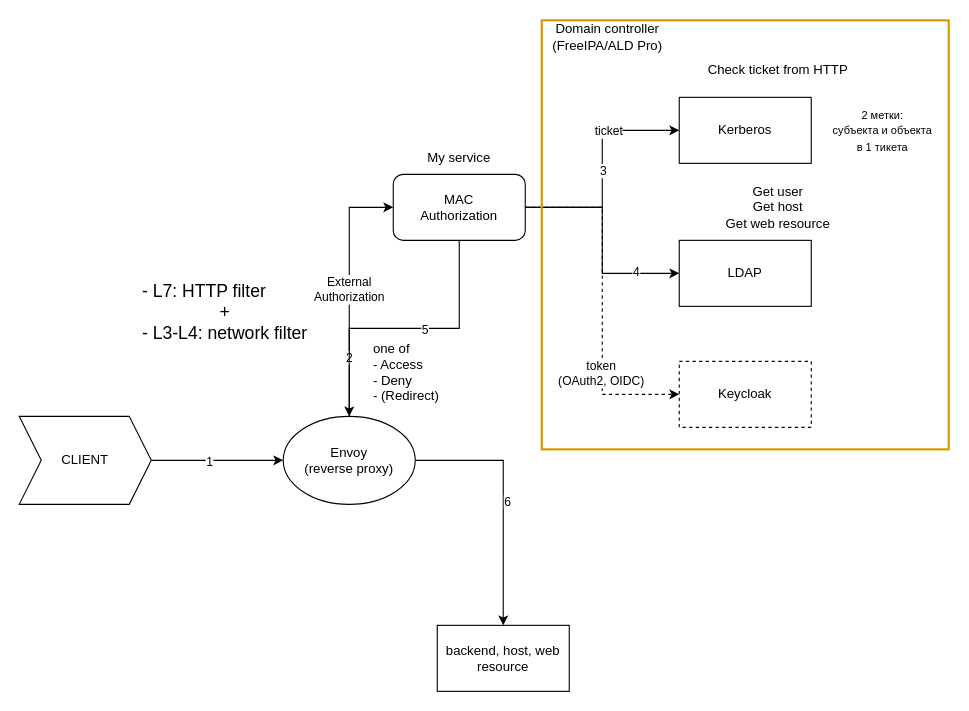
Above: docs/mac-reverse-proxy.drawio in Conty111/reverse-proxy-mac (draw.io), before the change. Source tidied: cells renumbered, new cells numbered last; positions are measured from the earlier drawing's top-left corner, leaving out a move shared by most shapes. Both pictures are drawn from the tidied source at 110%, with x=0, y=0 at pixel (19, 20).
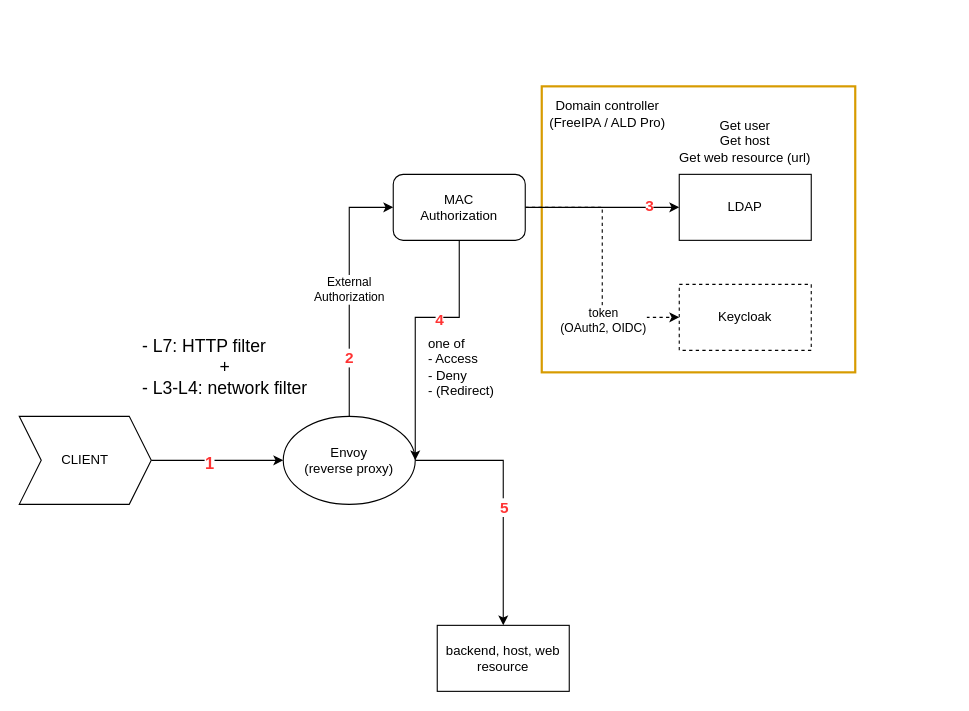
The same diagram, later.

Commit message (it also covers changes not shown here):
Docs update: sequence diagram

The change refers to these unchanged cells:
```xml
<mxCell id="2" style="edgeStyle=orthogonalEdgeStyle;rounded=0;jettySize=auto;html=1;exitX=1;exitY=0.5;exitDx=0;exitDy=0;entryX=0;entryY=0.5;entryDx=0;entryDy=0;" parent="1" edge="1" source="4" target="9">
  <mxGeometry relative="1" as="geometry" />
</mxCell>
<mxCell id="5" value="External&lt;div&gt;Authorization&lt;/div&gt;" style="edgeStyle=orthogonalEdgeStyle;rounded=0;jettySize=auto;html=1;exitX=0.5;exitY=0;exitDx=0;exitDy=0;entryX=0;entryY=0.5;entryDx=0;entryDy=0;" parent="1" edge="1" source="9" target="19">
  <mxGeometry relative="1" as="geometry" />
</mxCell>
<mxCell id="7" style="edgeStyle=orthogonalEdgeStyle;rounded=0;jettySize=auto;html=1;exitX=1;exitY=0.5;exitDx=0;exitDy=0;entryX=0.5;entryY=0;entryDx=0;entryDy=0;" parent="1" edge="1" source="9" target="28">
  <mxGeometry relative="1" as="geometry" />
</mxCell>
<mxCell id="9" value="Envoy&lt;div&gt;(reverse proxy)&lt;/div&gt;" style="ellipse;whiteSpace=wrap;html=1;" parent="1" vertex="1">
  <mxGeometry x="240" y="360" width="120" height="80" as="geometry" />
</mxCell>
<mxCell id="13" style="edgeStyle=orthogonalEdgeStyle;rounded=0;jettySize=auto;html=1;exitX=1;exitY=0.5;exitDx=0;exitDy=0;entryX=0;entryY=0.5;entryDx=0;entryDy=0;" parent="1" edge="1" source="19" target="21">
  <mxGeometry relative="1" as="geometry" />
</mxCell>
<mxCell id="19" value="MAC&lt;div&gt;Authorization&lt;/div&gt;" style="rounded=1;whiteSpace=wrap;html=1;" parent="1" vertex="1">
  <mxGeometry x="340" y="140" width="120" height="60" as="geometry" />
</mxCell>
```

Change to the diagram source:
```diff
@@
+    <mxCell id="29" style="rounded=0;whiteSpace=wrap;html=1;strokeColor=#d79b00;fillColor=none;strokeWidth=2;" parent="1" vertex="1">
+      <mxGeometry x="475" y="60" width="285" height="260" as="geometry" />
+    </mxCell>
@@
-    <mxCell id="3" value="1" style="edgeLabel;html=1;align=center;verticalAlign=middle;" parent="2" vertex="1">
+    <mxCell id="3" value="&lt;font style=&quot;color: rgb(255, 51, 51); font-size: 15px;&quot;&gt;&lt;b style=&quot;&quot;&gt;1&lt;/b&gt;&lt;/font&gt;" style="edgeLabel;html=1;align=center;verticalAlign=middle;" parent="2" vertex="1">
       <mxGeometry x="-0.13" relative="1" as="geometry">
         <mxPoint y="1" as="offset" />
       </mxGeometry>
     </mxCell>
@@
-    <mxCell id="6" value="2" style="edgeLabel;html=1;align=center;verticalAlign=middle;" parent="5" vertex="1">
+    <mxCell id="6" value="2" style="edgeLabel;html=1;align=center;verticalAlign=middle;fontSize=14;fontColor=#FF3333;fontStyle=1;" parent="5" vertex="1">
       <mxGeometry x="-0.53" y="1" relative="1" as="geometry" />
     </mxCell>
@@
-    <mxCell id="8" value="6" style="edgeLabel;html=1;align=center;verticalAlign=middle;" parent="7" vertex="1">
-      <mxGeometry x="0.02" y="3" relative="1" as="geometry" />
-    </mxCell>
+    <mxCell id="32" value="&lt;font style=&quot;color: rgb(255, 51, 51);&quot;&gt;&lt;b&gt;5&lt;/b&gt;&lt;/font&gt;" style="edgeLabel;html=1;align=center;verticalAlign=middle;fontFamily=Helvetica;fontSize=14;fontColor=default;fillColor=none;gradientColor=none;" parent="7" vertex="1">
+      <mxGeometry x="0.06" relative="1" as="geometry" />
+    </mxCell>
@@
-    <mxCell id="10" style="edgeStyle=orthogonalEdgeStyle;rounded=0;jettySize=auto;html=1;exitX=1;exitY=0.5;exitDx=0;exitDy=0;entryX=0;entryY=0.5;entryDx=0;entryDy=0;" parent="1" edge="1" source="19" target="20">
-      <mxGeometry relative="1" as="geometry" />
-    </mxCell>
-    <mxCell id="11" value="3" style="edgeLabel;html=1;align=center;verticalAlign=middle;" parent="10" vertex="1">
-      <mxGeometry x="-0.01" relative="1" as="geometry" />
-    </mxCell>
-    <mxCell id="12" value="ticket" style="edgeLabel;html=1;align=center;verticalAlign=middle;" parent="10" vertex="1">
-      <mxGeometry x="0.38" relative="1" as="geometry" />
-    </mxCell>
@@
-    <mxCell id="14" value="4" style="edgeLabel;html=1;align=center;verticalAlign=middle;" parent="13" vertex="1">
+    <mxCell id="14" value="&lt;font style=&quot;color: rgb(255, 51, 51);&quot;&gt;&lt;span&gt;3&lt;/span&gt;&lt;/font&gt;" style="edgeLabel;html=1;align=center;verticalAlign=middle;fontSize=14;fontStyle=1;" parent="13" vertex="1">
       <mxGeometry x="0.6" y="2" relative="1" as="geometry" />
     </mxCell>
@@
-    <mxCell id="17" style="edgeStyle=orthogonalEdgeStyle;rounded=0;jettySize=auto;html=1;exitX=0.5;exitY=1;exitDx=0;exitDy=0;entryX=0.5;entryY=0;entryDx=0;entryDy=0;" parent="1" edge="1" source="19" target="9">
-      <mxGeometry relative="1" as="geometry" />
+    <mxCell id="17" style="edgeStyle=orthogonalEdgeStyle;rounded=0;jettySize=auto;html=1;exitX=0.5;exitY=1;exitDx=0;exitDy=0;entryX=1;entryY=0.5;entryDx=0;entryDy=0;" parent="1" edge="1" source="19" target="9">
+      <mxGeometry relative="1" as="geometry">
+        <Array as="points">
+          <mxPoint x="400" y="270" />
+          <mxPoint x="360" y="270" />
+        </Array>
+      </mxGeometry>
     </mxCell>
-    <mxCell id="18" value="5" style="edgeLabel;html=1;align=center;verticalAlign=middle;" parent="17" vertex="1">
-      <mxGeometry x="-0.14" y="1" relative="1" as="geometry" />
+    <mxCell id="18" value="4" style="edgeLabel;html=1;align=center;verticalAlign=middle;fontColor=#FF3333;fontSize=14;fontStyle=1;" parent="17" vertex="1">
+      <mxGeometry x="-0.14" y="1" relative="1" as="geometry">
+        <mxPoint x="14" as="offset" />
+      </mxGeometry>
     </mxCell>
@@
-    <mxCell id="20" value="Kerberos" style="rounded=0;whiteSpace=wrap;html=1;" parent="1" vertex="1">
-      <mxGeometry x="600" y="70" width="120" height="60" as="geometry" />
-    </mxCell>
     <mxCell id="21" value="LDAP" style="rounded=0;whiteSpace=wrap;html=1;" parent="1" vertex="1">
-      <mxGeometry x="600" y="200" width="120" height="60" as="geometry" />
+      <mxGeometry x="600" y="140" width="120" height="60" as="geometry" />
     </mxCell>
     <mxCell id="22" value="Keycloak" style="rounded=0;whiteSpace=wrap;html=1;dashed=1;" parent="1" vertex="1">
-      <mxGeometry x="600" y="310" width="120" height="60" as="geometry" />
+      <mxGeometry x="600" y="240" width="120" height="60" as="geometry" />
     </mxCell>
-    <mxCell id="23" value="My service" style="text;html=1;whiteSpace=wrap;strokeColor=none;fillColor=none;align=center;verticalAlign=middle;rounded=0;" parent="1" vertex="1">
-      <mxGeometry x="360" y="110" width="80" height="30" as="geometry" />
-    </mxCell>
     <mxCell id="24" value="&lt;div&gt;&lt;span style=&quot;font-size: 16px; background-color: transparent; color: light-dark(rgb(0, 0, 0), rgb(255, 255, 255));&quot;&gt;- L7: HTTP filter&lt;br&gt;&lt;div style=&quot;text-align: center;&quot;&gt;&lt;span style=&quot;background-color: transparent; color: light-dark(rgb(0, 0, 0), rgb(255, 255, 255));&quot;&gt;+&lt;/span&gt;&lt;/div&gt;&lt;/span&gt;&lt;/div&gt;&lt;div&gt;&lt;font style=&quot;font-size: 16px;&quot;&gt;- L3-L4: network filter&lt;/font&gt;&lt;/div&gt;" style="text;html=1;whiteSpace=wrap;strokeColor=none;fillColor=none;align=left;verticalAlign=middle;rounded=0;" parent="1" vertex="1">
-      <mxGeometry x="110" y="230" width="170" height="70" as="geometry" />
+      <mxGeometry x="110" y="280" width="170" height="70" as="geometry" />
     </mxCell>
-    <mxCell id="25" value="Check ticket from HTTP" style="text;html=1;whiteSpace=wrap;strokeColor=none;fillColor=none;align=center;verticalAlign=middle;rounded=0;" parent="1" vertex="1">
-      <mxGeometry x="615" y="30" width="150" height="30" as="geometry" />
-    </mxCell>
-    <mxCell id="26" value="Get user&lt;div&gt;Get host&lt;/div&gt;&lt;div&gt;Get web resource&lt;/div&gt;" style="text;html=1;whiteSpace=wrap;strokeColor=none;fillColor=none;align=center;verticalAlign=middle;rounded=0;" parent="1" vertex="1">
-      <mxGeometry x="630" y="140" width="120" height="60" as="geometry" />
+    <mxCell id="26" value="Get user&lt;div&gt;Get host&lt;/div&gt;&lt;div&gt;Get web resource (url)&lt;/div&gt;" style="text;html=1;whiteSpace=wrap;strokeColor=none;fillColor=none;align=center;verticalAlign=middle;rounded=0;" parent="1" vertex="1">
+      <mxGeometry x="590" y="80" width="140" height="60" as="geometry" />
     </mxCell>
     <mxCell id="27" value="&lt;div&gt;one of&lt;/div&gt;&lt;div&gt;- Access&lt;/div&gt;&lt;div&gt;- Deny&lt;/div&gt;&lt;div&gt;- (Redirect)&lt;/div&gt;" style="text;html=1;whiteSpace=wrap;strokeColor=none;fillColor=none;align=left;verticalAlign=middle;rounded=0;" parent="1" vertex="1">
-      <mxGeometry x="320" y="285" width="80" height="70" as="geometry" />
+      <mxGeometry x="370" y="280" width="80" height="70" as="geometry" />
     </mxCell>
@@
-    <mxCell id="29" style="rounded=0;whiteSpace=wrap;html=1;strokeColor=#d79b00;fillColor=none;strokeWidth=2;" parent="1" vertex="1">
-      <mxGeometry x="475" width="370" height="390" as="geometry" />
-    </mxCell>
-    <mxCell id="30" value="&lt;font style=&quot;font-size: 10px;&quot;&gt;2 метки:&lt;/font&gt;&lt;div&gt;&lt;font style=&quot;font-size: 10px;&quot;&gt;субъекта и объекта&lt;/font&gt;&lt;/div&gt;&lt;div&gt;&lt;font style=&quot;font-size: 10px;&quot;&gt;в 1 тикета&lt;/font&gt;&lt;/div&gt;" style="text;html=1;whiteSpace=wrap;strokeColor=none;fillColor=none;align=center;verticalAlign=middle;rounded=0;" parent="1" vertex="1">
-      <mxGeometry x="725" y="70" width="120" height="60" as="geometry" />
-    </mxCell>
-    <mxCell id="31" value="Domain controller&lt;div&gt;(FreeIPA/ALD Pro)&lt;/div&gt;" style="text;html=1;whiteSpace=wrap;strokeColor=none;fillColor=none;align=center;verticalAlign=middle;rounded=0;fontStyle=0;" parent="1" vertex="1">
-      <mxGeometry x="475" width="120" height="30" as="geometry" />
+    <mxCell id="31" value="Domain controller&lt;div&gt;(FreeIPA / ALD Pro)&lt;/div&gt;" style="text;html=1;whiteSpace=wrap;strokeColor=none;fillColor=none;align=center;verticalAlign=middle;rounded=0;fontStyle=0;" parent="1" vertex="1">
+      <mxGeometry x="475" y="70" width="120" height="30" as="geometry" />
     </mxCell>
```
